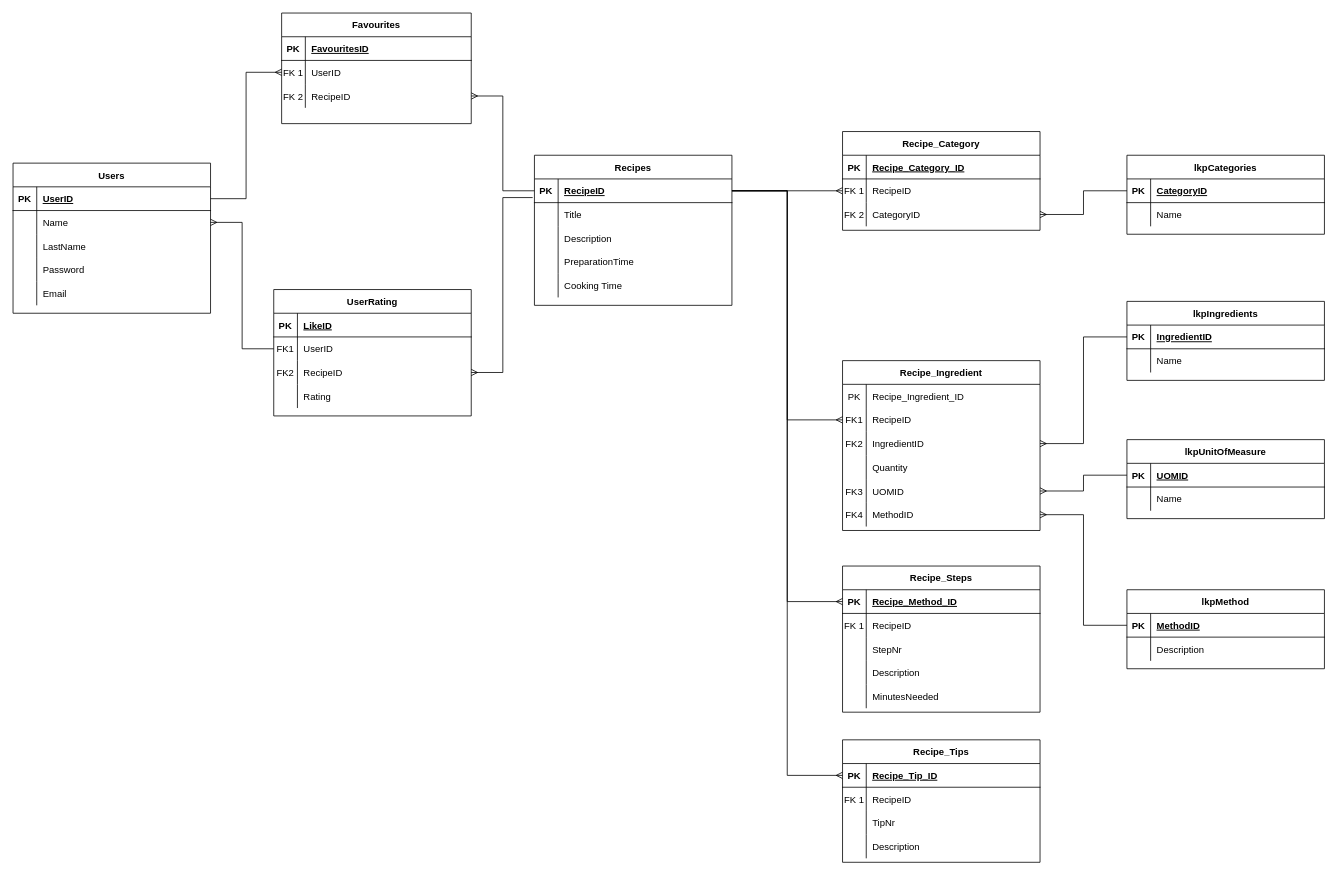
Before: Database/CSCK543_EMA_ERD_RecipeApp_Main.drawio in nicolasKappa/Food_Recipe_Web_App, a draw.io diagram. Source tidied: cells renumbered, new cells numbered last; positions are measured from the earlier drawing's top-left corner, leaving out a move shared by most shapes. Both pictures are drawn from the tidied source at 79%, with x=0, y=0 at pixel (13, 13).
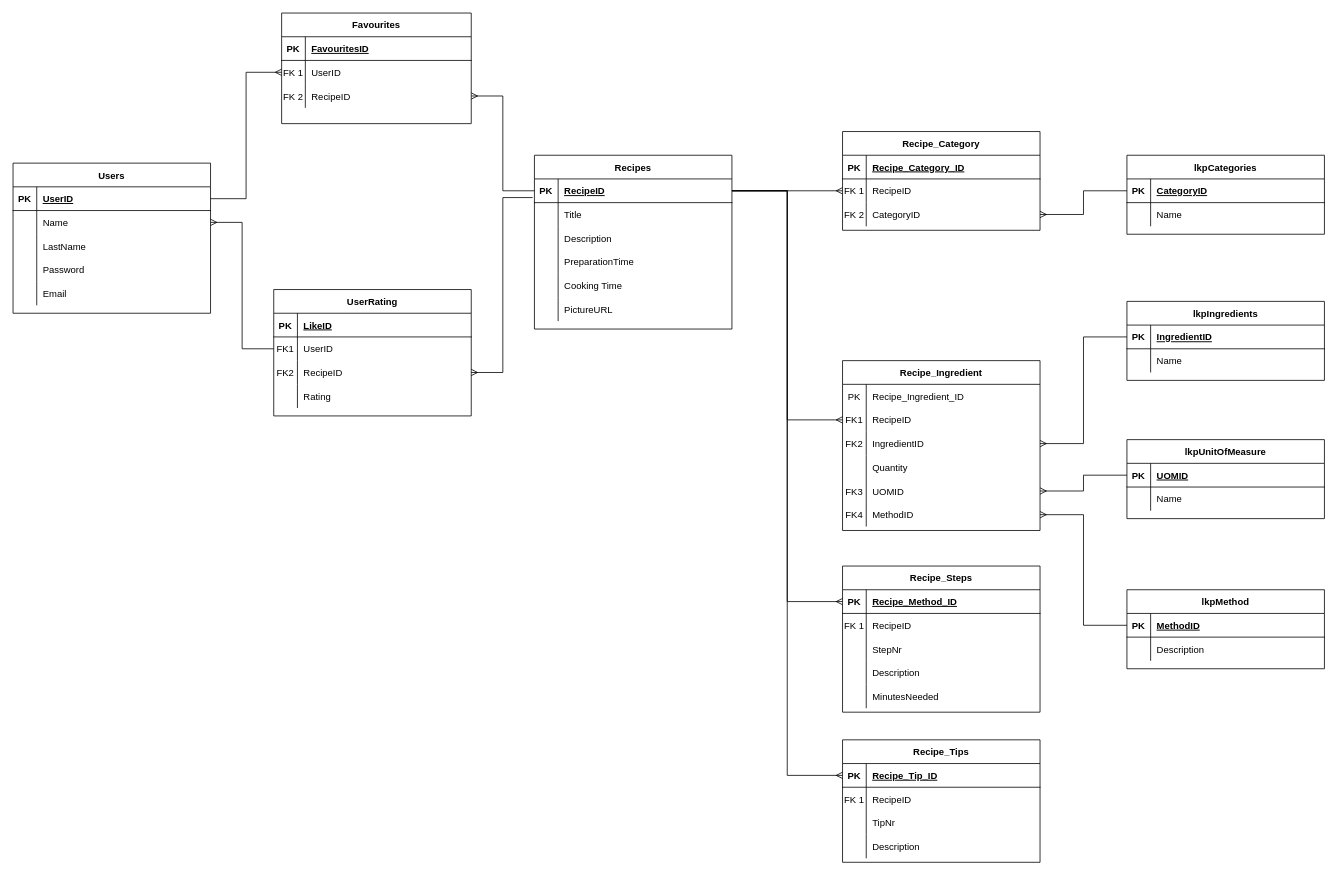
Above is the later version.

Commit message:
Updated Recipe Table to add Picture URL (relativepath)

Diff of the diagram source:
```diff
@@
     <mxCell id="2" value="Recipes" style="shape=table;startSize=30;childLayout=tableLayout;rowLines=0;fontStyle=1;align=center;" parent="1" vertex="1">
-      <mxGeometry x="660" y="180" width="250" height="190" as="geometry" />
+      <mxGeometry x="660" y="180" width="250" height="220" as="geometry" />
     </mxCell>
@@
+    <mxCell id="156" style="shape=partialRectangle;fillColor=none;top=0;left=0;right=0;bottom=0;" parent="2" vertex="1">
+      <mxGeometry y="180" width="250" height="30" as="geometry" />
+    </mxCell>
+    <mxCell id="157" style="shape=partialRectangle;overflow=hidden;fillColor=none;top=0;left=0;bottom=0;right=0;" parent="156" vertex="1">
+      <mxGeometry width="30" height="30" as="geometry" />
+    </mxCell>
+    <mxCell id="158" value="PictureURL" style="shape=partialRectangle;overflow=hidden;fillColor=none;top=0;left=0;bottom=0;right=0;align=left;spacingLeft=6;" parent="156" vertex="1">
+      <mxGeometry x="30" width="220" height="30" as="geometry" />
+    </mxCell>
```
